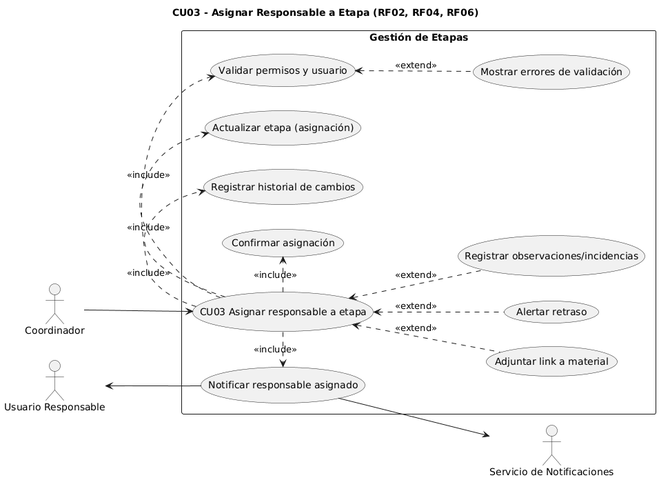
The PlantUML diagram diagramas/02-casos-de-uso/02-asignar-responsable-etapa-caso-uso-03.png in dantebiondi666-prog/SistemaProductoraVideos, before a commit.
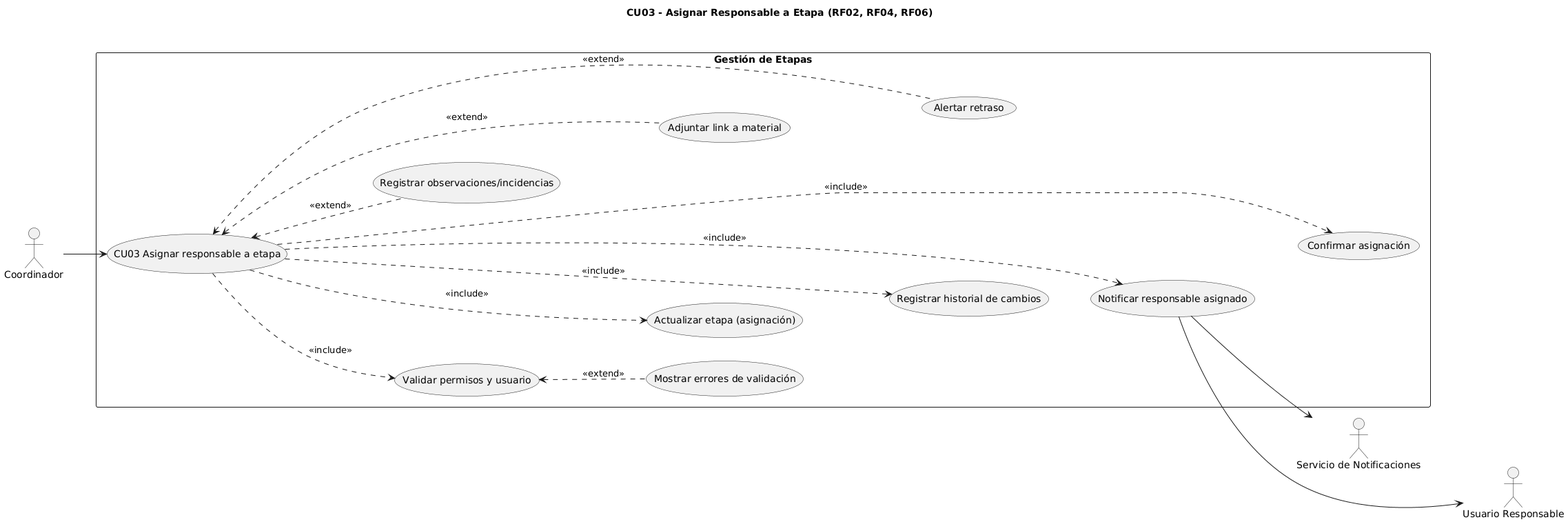
The same diagram one commit later.

What changed in the source:
```diff
@@ -8,15 +8,28 @@
 
 rectangle "Gestión de Etapas" {
   usecase "CU03 Asignar responsable a etapa" as CU03
+
   usecase "Validar permisos y usuario" as UC_Validar
   usecase "Actualizar etapa (asignación)" as UC_Actualizar
   usecase "Registrar historial de cambios" as UC_Historial
   usecase "Notificar responsable asignado" as UC_Notificar
   usecase "Confirmar asignación" as UC_Confirmar
+
   usecase "Mostrar errores de validación" as UC_Errores
   usecase "Registrar observaciones/incidencias" as UC_Obs
   usecase "Adjuntar link a material" as UC_Link
   usecase "Alertar retraso" as UC_Retraso
+
+  CU03 -[hidden]-> UC_Validar
+  UC_Validar   -[hidden]-> UC_Actualizar
+  UC_Actualizar-[hidden]-> UC_Historial
+  UC_Historial -[hidden]-> UC_Notificar
+  UC_Notificar -[hidden]-> UC_Confirmar
+
+  UC_Errores -[hidden]-> UC_Validar
+
+  UC_Obs  -[hidden]-> UC_Link
+  UC_Link -[hidden]-> UC_Retraso
 }
 
 Coordinador --> CU03
@@ -29,10 +42,12 @@
 
 UC_Validar <.. UC_Errores : <<extend>>
 
-CU03 <.. UC_Obs    : <<extend>>
-CU03 <.. UC_Link   : <<extend>>
-CU03 <.. UC_Retraso: <<extend>>
+CU03 <.. UC_Obs     : <<extend>>
+CU03 <.. UC_Link    : <<extend>>
+CU03 <.. UC_Retraso : <<extend>>
 
 UC_Notificar --> Notif
-Responsable <-- UC_Notificar
+Responsable  <-- UC_Notificar
+
+Notif -[hidden]-> Responsable
 @enduml
```
